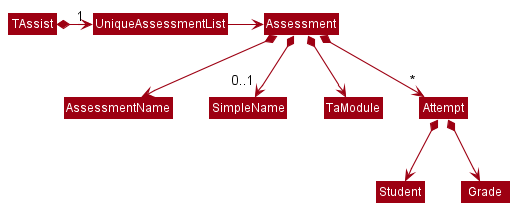
Before: docs/images/BetterModelAssessmentClassDiagram.png, a diagram exported from PlantUML (nus-cs2103-AY2122S2/tp).
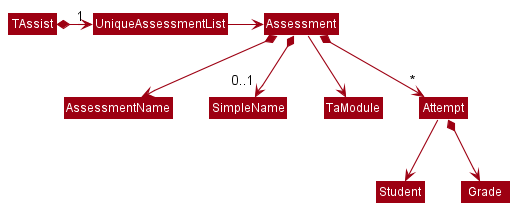
After the change.

Change to the diagram source:
```diff
@@ -9,9 +9,9 @@
 
 Assessment *--> AssessmentName
 Assessment *--> "0..1" SimpleName
-Assessment *--> TaModule
+Assessment --> TaModule
 Assessment *--> "~*" Attempt
 
-Attempt *--> Student
+Attempt --> Student
 Attempt *--> Grade
 @enduml
```
